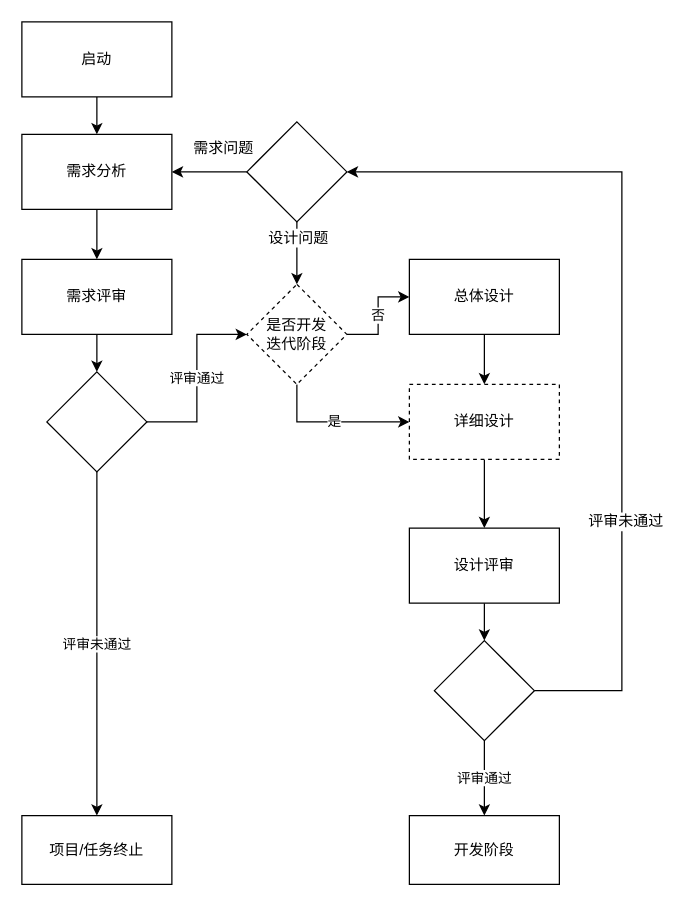
mashifei/uml keeps this draw.io diagram as page "启动阶段" (2 of 6) of 开发制度关键流程.drawio. Above is the earlier version. Source tidied: cells renumbered, new cells numbered last; positions are measured from the earlier drawing's top-left corner, leaving out a move shared by most shapes. Both pictures are drawn from the tidied source at 125%, with x=0, y=0 at pixel (21, 21).
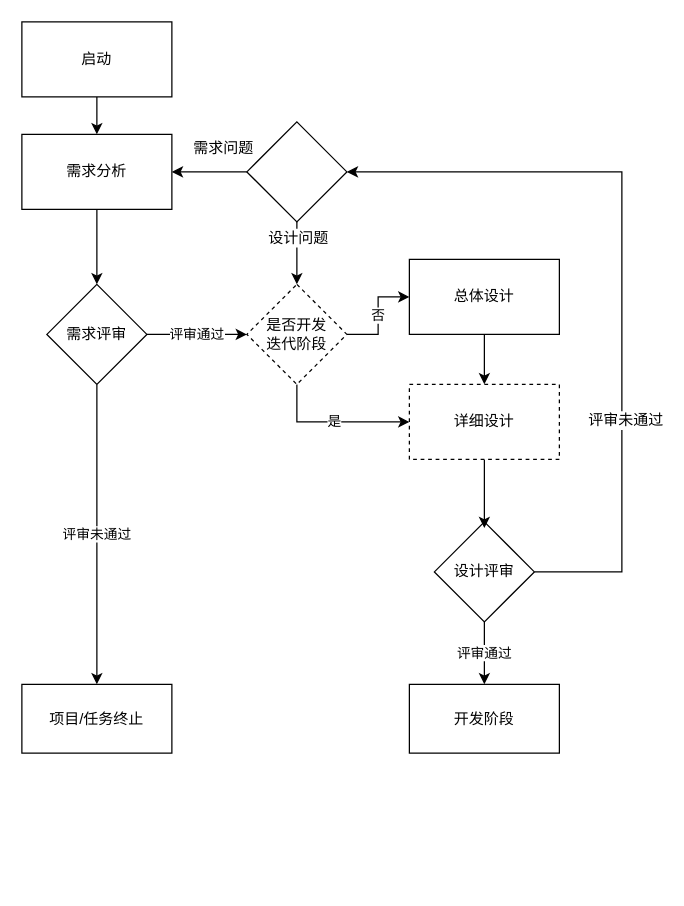
Above is the later version.

The change refers to these unchanged cells:
```xml
<mxCell id="3" value="需求分析" style="rounded=0;whiteSpace=wrap;html=1;" parent="1" vertex="1">
  <mxGeometry y="90" width="120" height="60" as="geometry" />
</mxCell>
<mxCell id="25" style="rhombus;whiteSpace=wrap;html=1;" parent="1" vertex="1">
  <mxGeometry x="180" y="80" width="80" height="80" as="geometry" />
</mxCell>
<mxCell id="27" value="详细设计" style="rounded=0;whiteSpace=wrap;html=1;dashed=1;" parent="1" vertex="1">
  <mxGeometry x="310" y="290" width="120" height="60" as="geometry" />
</mxCell>
```

The edit, as a diff of the source:
```diff
@@
-    <mxCell id="2" style="edgeStyle=orthogonalEdgeStyle;rounded=0;jettySize=auto;html=1;entryX=0.5;entryY=0;entryDx=0;entryDy=0;" parent="1" edge="1" source="3" target="13">
+    <mxCell id="2" style="edgeStyle=orthogonalEdgeStyle;rounded=0;jettySize=auto;html=1;entryX=0.5;entryY=0;entryDx=0;entryDy=0;" parent="1" edge="1" source="3" target="16">
       <mxGeometry relative="1" as="geometry" />
     </mxCell>
@@
-    <mxCell id="6" style="edgeStyle=orthogonalEdgeStyle;rounded=0;jettySize=auto;html=1;" parent="1" edge="1" source="7" target="11">
-      <mxGeometry relative="1" as="geometry" />
-    </mxCell>
-    <mxCell id="7" value="设计评审" style="rounded=0;whiteSpace=wrap;html=1;" parent="1" vertex="1">
-      <mxGeometry x="310" y="405" width="120" height="60" as="geometry" />
-    </mxCell>
     <mxCell id="8" style="edgeStyle=orthogonalEdgeStyle;rounded=0;jettySize=auto;html=1;entryX=1;entryY=0.5;entryDx=0;entryDy=0;exitX=1;exitY=0.5;exitDx=0;exitDy=0;" parent="1" edge="1" source="11" target="25">
       <mxGeometry relative="1" as="geometry">
         <Array as="points">
-          <mxPoint x="480" y="535" />
+          <mxPoint x="480" y="440" />
           <mxPoint x="480" y="120" />
         </Array>
       </mxGeometry>
     </mxCell>
@@
-    <mxCell id="11" style="rhombus;whiteSpace=wrap;html=1;" parent="1" vertex="1">
-      <mxGeometry x="330" y="495" width="80" height="80" as="geometry" />
+    <mxCell id="11" value="设计评审" style="rhombus;whiteSpace=wrap;html=1;" parent="1" vertex="1">
+      <mxGeometry x="330" y="400" width="80" height="80" as="geometry" />
     </mxCell>
-    <mxCell id="12" style="edgeStyle=orthogonalEdgeStyle;rounded=0;jettySize=auto;html=1;" parent="1" edge="1" source="13" target="16">
-      <mxGeometry relative="1" as="geometry" />
-    </mxCell>
-    <mxCell id="13" value="需求评审" style="rounded=0;whiteSpace=wrap;html=1;" parent="1" vertex="1">
-      <mxGeometry y="190" width="120" height="60" as="geometry" />
-    </mxCell>
@@
-    <mxCell id="16" style="rhombus;whiteSpace=wrap;html=1;" parent="1" vertex="1">
-      <mxGeometry x="20" y="280" width="80" height="80" as="geometry" />
+    <mxCell id="16" value="&lt;span style=&quot;white-space: normal&quot;&gt;需求评审&lt;/span&gt;" style="rhombus;whiteSpace=wrap;html=1;" parent="1" vertex="1">
+      <mxGeometry x="20" y="210" width="80" height="80" as="geometry" />
     </mxCell>
     <mxCell id="17" value="开发阶段" style="rounded=0;whiteSpace=wrap;html=1;" parent="1" vertex="1">
-      <mxGeometry x="310" y="635" width="120" height="55" as="geometry" />
+      <mxGeometry x="310" y="530" width="120" height="55" as="geometry" />
     </mxCell>
     <mxCell id="18" value="项目/任务终止" style="rounded=0;whiteSpace=wrap;html=1;" parent="1" vertex="1">
-      <mxGeometry y="635" width="120" height="55" as="geometry" />
+      <mxGeometry y="530" width="120" height="55" as="geometry" />
     </mxCell>
@@
-    <mxCell id="26" style="edgeStyle=orthogonalEdgeStyle;rounded=0;jettySize=auto;html=1;entryX=0.5;entryY=0;entryDx=0;entryDy=0;" parent="1" edge="1" source="27" target="7">
-      <mxGeometry relative="1" as="geometry" />
+    <mxCell id="26" style="edgeStyle=orthogonalEdgeStyle;rounded=0;jettySize=auto;html=1;entryX=0.5;entryY=0;entryDx=0;entryDy=0;" parent="1" edge="1" source="27">
+      <mxGeometry relative="1" as="geometry">
+        <mxPoint x="370" y="405" as="targetPoint" />
+      </mxGeometry>
     </mxCell>
```
